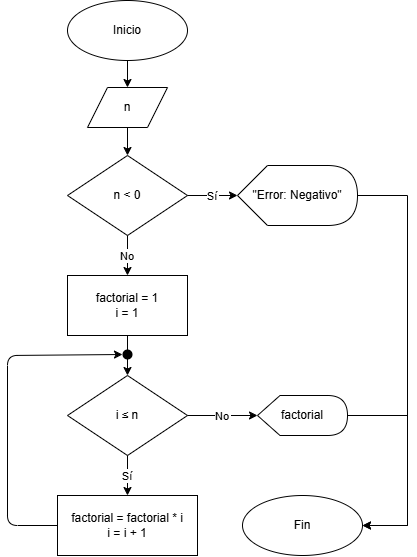
Earlier version of the draw.io export chapter4/dfd/dfd4.5.7_12.png (UPclopezpAalgorithmsBook/solutions). Source tidied: cells renumbered, new cells last; positions are measured from the earlier drawing's top-left corner, leaving out a move shared by most shapes.
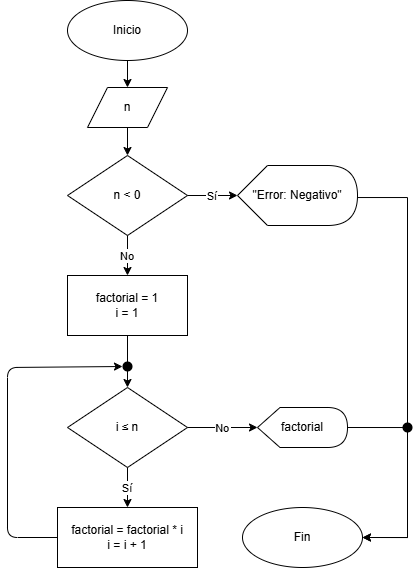
The same file after the commit.

What changed in the source:
```diff
@@ -2,46 +2,101 @@
   <root>
     <mxCell id="0" />
     <mxCell id="1" parent="0" />
-    <mxCell id="2" parent="1" edge="1">
-      <mxGeometry relative="1" as="geometry">
-        <mxPoint x="60" y="415" as="targetPoint" />
-        <Array as="points">
-          <mxPoint y="525" />
-          <mxPoint y="415" />
-        </Array>
-      </mxGeometry>
-    </mxCell>
-    <mxCell id="3" style="endArrow=classic;html=1;exitX=0;exitY=0.5;exitDx=0;exitDy=0;entryX=0;entryY=0.5;entryDx=0;entryDy=0;" parent="1" edge="1">
-      <mxGeometry relative="1" as="geometry">
-        <mxPoint x="60" y="235" as="targetPoint" />
-        <Array as="points">
-          <mxPoint y="475" />
-          <mxPoint y="235" />
-        </Array>
-      </mxGeometry>
-    </mxCell>
+    <mxCell id="24" parent="1" edge="1">
+      <mxGeometry relative="1" as="geometry">
+        <mxPoint x="60" y="415" as="targetPoint" />
+        <Array as="points">
+          <mxPoint y="525" />
+          <mxPoint y="415" />
+        </Array>
+      </mxGeometry>
+    </mxCell>
+    <mxCell id="25" style="endArrow=classic;html=1;exitX=0;exitY=0.5;exitDx=0;exitDy=0;entryX=0;entryY=0.5;entryDx=0;entryDy=0;" parent="1" edge="1">
+      <mxGeometry relative="1" as="geometry">
+        <mxPoint x="60" y="235" as="targetPoint" />
+        <Array as="points">
+          <mxPoint y="475" />
+          <mxPoint y="235" />
+        </Array>
+      </mxGeometry>
+    </mxCell>
+    <mxCell id="26" parent="1" edge="1">
+      <mxGeometry relative="1" as="geometry">
+        <mxPoint x="60" y="415" as="targetPoint" />
+        <Array as="points">
+          <mxPoint y="525" />
+          <mxPoint y="415" />
+        </Array>
+      </mxGeometry>
+    </mxCell>
+    <mxCell id="27" style="endArrow=classic;html=1;exitX=0;exitY=0.5;exitDx=0;exitDy=0;entryX=0;entryY=0.5;entryDx=0;entryDy=0;" parent="1" edge="1">
+      <mxGeometry relative="1" as="geometry">
+        <mxPoint x="60" y="235" as="targetPoint" />
+        <Array as="points">
+          <mxPoint y="475" />
+          <mxPoint y="235" />
+        </Array>
+      </mxGeometry>
+    </mxCell>
+    <mxCell id="28" parent="1" edge="1">
+      <mxGeometry relative="1" as="geometry">
+        <mxPoint x="60" y="415" as="targetPoint" />
+        <Array as="points">
+          <mxPoint y="525" />
+          <mxPoint y="415" />
+        </Array>
+      </mxGeometry>
+    </mxCell>
+    <mxCell id="29" style="endArrow=classic;html=1;exitX=0;exitY=0.5;exitDx=0;exitDy=0;entryX=0;entryY=0.5;entryDx=0;entryDy=0;" parent="1" edge="1">
+      <mxGeometry relative="1" as="geometry">
+        <mxPoint x="60" y="235" as="targetPoint" />
+        <Array as="points">
+          <mxPoint y="475" />
+          <mxPoint y="235" />
+        </Array>
+      </mxGeometry>
+    </mxCell>
+    <mxCell id="30" parent="1" edge="1">
+      <mxGeometry relative="1" as="geometry">
+        <mxPoint x="60" y="415" as="targetPoint" />
+        <Array as="points">
+          <mxPoint y="525" />
+          <mxPoint y="415" />
+        </Array>
+      </mxGeometry>
+    </mxCell>
+    <mxCell id="31" style="endArrow=classic;html=1;exitX=0;exitY=0.5;exitDx=0;exitDy=0;entryX=0;entryY=0.5;entryDx=0;entryDy=0;" parent="1" edge="1">
+      <mxGeometry relative="1" as="geometry">
+        <mxPoint x="60" y="235" as="targetPoint" />
+        <Array as="points">
+          <mxPoint y="475" />
+          <mxPoint y="235" />
+        </Array>
+      </mxGeometry>
+    </mxCell>
     <mxCell id="4" value="Inicio" style="ellipse;whiteSpace=wrap;html=1;" parent="1" vertex="1">
-      <mxGeometry x="60" width="120" height="60" as="geometry" />
+      <mxGeometry x="60" y="-12" width="120" height="60" as="geometry" />
     </mxCell>
     <mxCell id="5" value="n" style="shape=parallelogram;perimeter=parallelogramPerimeter;whiteSpace=wrap;html=1;fixedSize=1;" parent="1" vertex="1">
-      <mxGeometry x="80" y="87" width="80" height="40" as="geometry" />
+      <mxGeometry x="80" y="75" width="80" height="40" as="geometry" />
     </mxCell>
     <mxCell id="6" value="n &amp;lt; 0" style="rhombus;whiteSpace=wrap;html=1;" parent="1" vertex="1">
-      <mxGeometry x="60" y="155" width="120" height="80" as="geometry" />
+      <mxGeometry x="60" y="143" width="120" height="80" as="geometry" />
     </mxCell>
     <mxCell id="7" value="factorial = 1&lt;br&gt;i = 1" style="rounded=0;whiteSpace=wrap;html=1;" parent="1" vertex="1">
-      <mxGeometry x="60" y="275" width="120" height="60" as="geometry" />
+      <mxGeometry x="60" y="263" width="120" height="60" as="geometry" />
     </mxCell>
     <mxCell id="8" style="edgeStyle=orthogonalEdgeStyle;rounded=0;jettySize=auto;html=1;exitX=1;exitY=0.5;exitDx=0;exitDy=0;exitPerimeter=0;entryX=1;entryY=0.5;entryDx=0;entryDy=0;" parent="1" edge="1" source="9" target="14">
       <mxGeometry relative="1" as="geometry">
         <Array as="points">
-          <mxPoint x="400" y="195" />
+          <mxPoint x="350" y="185" />
+          <mxPoint x="400" y="185" />
           <mxPoint x="400" y="525" />
         </Array>
       </mxGeometry>
     </mxCell>
     <mxCell id="9" value="&quot;Error: Negativo&quot;" style="shape=display;whiteSpace=wrap;html=1;" parent="1" vertex="1">
-      <mxGeometry x="230" y="165" width="120" height="60" as="geometry" />
+      <mxGeometry x="230" y="153" width="120" height="60" as="geometry" />
     </mxCell>
     <mxCell id="10" value="i&amp;nbsp;≤ n" style="rhombus;whiteSpace=wrap;html=1;" parent="1" vertex="1">
       <mxGeometry x="60" y="375" width="120" height="80" as="geometry" />
@@ -95,5 +150,8 @@
     <mxCell id="23" style="ellipse;whiteSpace=wrap;html=1;strokeColor=none;fillColor=#000000;" parent="1" vertex="1">
       <mxGeometry x="115" y="349" width="10" height="10" as="geometry" />
     </mxCell>
+    <mxCell id="32" style="ellipse;whiteSpace=wrap;html=1;strokeColor=none;fillColor=#000000;" parent="1" vertex="1">
+      <mxGeometry x="395" y="410" width="10" height="10" as="geometry" />
+    </mxCell>
   </root>
 </mxGraphModel>
```
